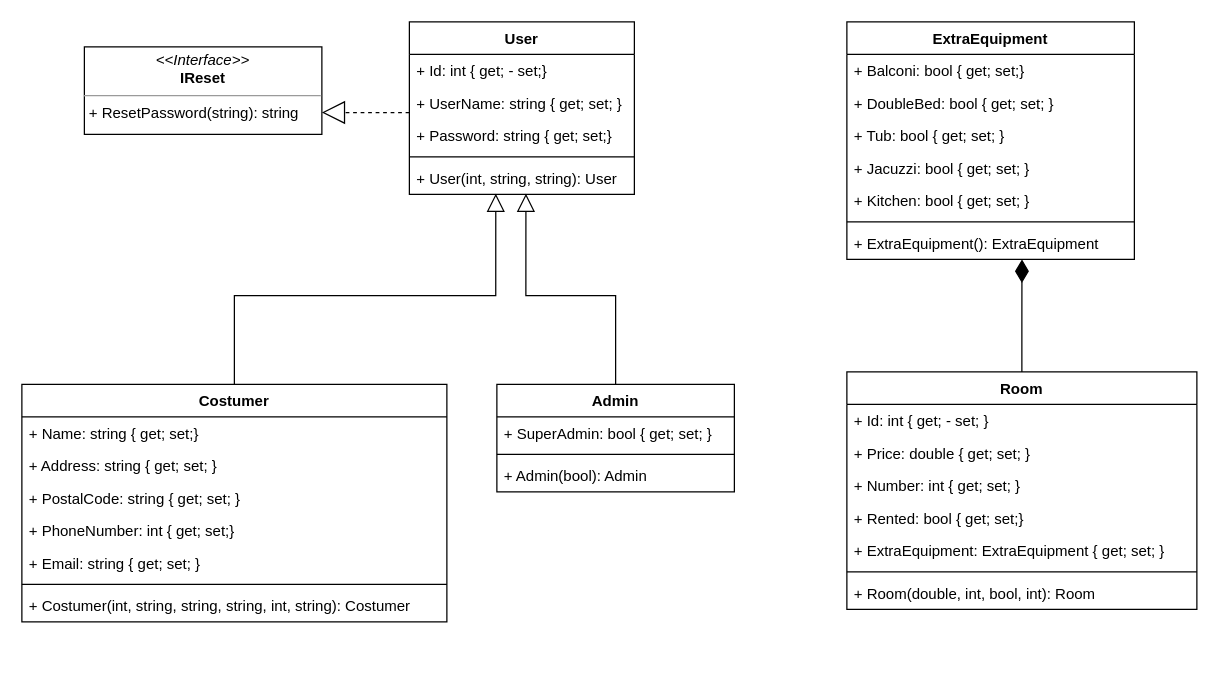
Earlier version of the draw.io diagram Hotel_LandLyst/HotelWeb.drawio (Mojiez/H2Opgaver). Source tidied: cells renumbered, new cells numbered last; positions are measured from the earlier drawing's top-left corner, leaving out a move shared by most shapes. Both pictures are drawn from the tidied source at 125%, with x=0, y=0 at pixel (21, 21).
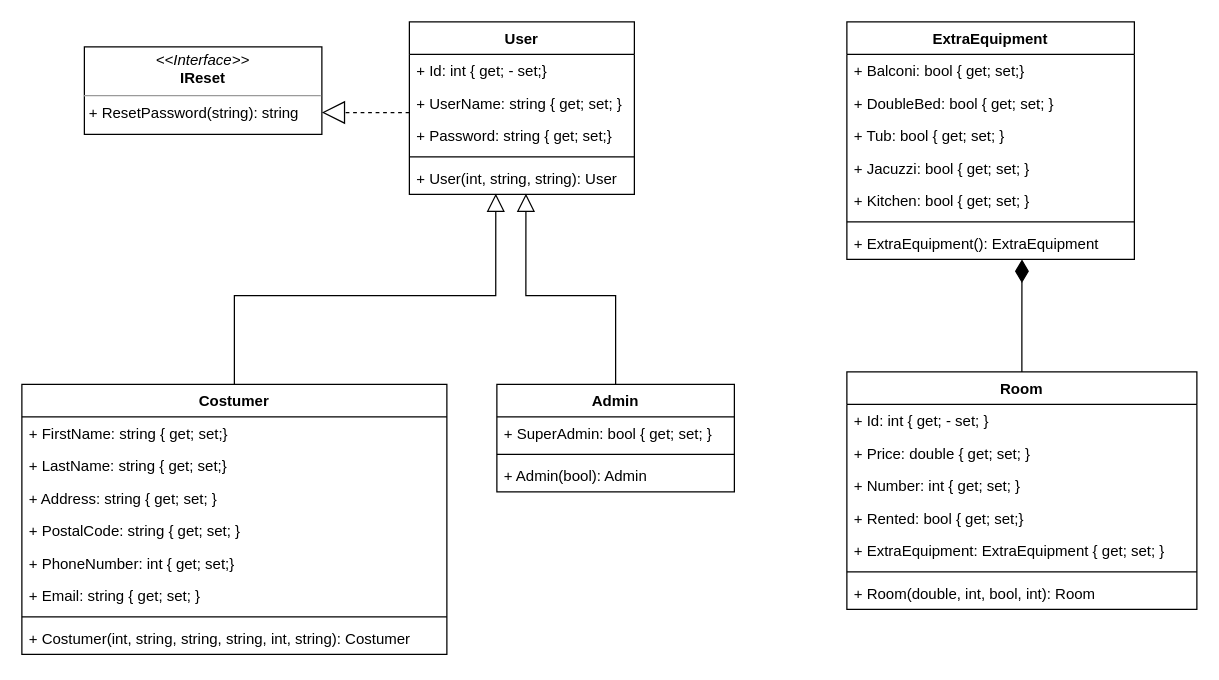
The same page after the edit.

Diff of the diagram source:
```diff
@@
     <mxCell id="3" value="Costumer" style="swimlane;fontStyle=1;align=center;verticalAlign=top;horizontal=1;startSize=26;" parent="1" vertex="1">
-      <mxGeometry y="290" width="340" height="190" as="geometry" />
+      <mxGeometry y="290" width="340" height="216" as="geometry" />
     </mxCell>
-    <mxCell id="4" value="+ Name: string { get; set;}" style="text;strokeColor=none;fillColor=none;align=left;verticalAlign=top;spacingLeft=4;spacingRight=4;overflow=hidden;" parent="3" vertex="1">
+    <mxCell id="4" value="+ FirstName: string { get; set;}" style="text;strokeColor=none;fillColor=none;align=left;verticalAlign=top;spacingLeft=4;spacingRight=4;overflow=hidden;" parent="3" vertex="1">
       <mxGeometry y="26" width="340" height="26" as="geometry" />
     </mxCell>
+    <mxCell id="41" value="+ LastName: string { get; set;}" style="text;strokeColor=none;fillColor=none;align=left;verticalAlign=top;spacingLeft=4;spacingRight=4;overflow=hidden;" parent="3" vertex="1">
+      <mxGeometry y="52" width="340" height="26" as="geometry" />
+    </mxCell>
     <mxCell id="5" value="+ Address: string { get; set; }" style="text;strokeColor=none;fillColor=none;align=left;verticalAlign=top;spacingLeft=4;spacingRight=4;overflow=hidden;" parent="3" vertex="1">
-      <mxGeometry y="52" width="340" height="26" as="geometry" />
+      <mxGeometry y="78" width="340" height="26" as="geometry" />
     </mxCell>
     <mxCell id="6" value="+ PostalCode: string { get; set; }" style="text;strokeColor=none;fillColor=none;align=left;verticalAlign=top;spacingLeft=4;spacingRight=4;overflow=hidden;" parent="3" vertex="1">
-      <mxGeometry y="78" width="340" height="26" as="geometry" />
+      <mxGeometry y="104" width="340" height="26" as="geometry" />
     </mxCell>
     <mxCell id="7" value="+ PhoneNumber: int { get; set;}" style="text;strokeColor=none;fillColor=none;align=left;verticalAlign=top;spacingLeft=4;spacingRight=4;overflow=hidden;" parent="3" vertex="1">
-      <mxGeometry y="104" width="340" height="26" as="geometry" />
+      <mxGeometry y="130" width="340" height="26" as="geometry" />
     </mxCell>
     <mxCell id="8" value="+ Email: string { get; set; }" style="text;strokeColor=none;fillColor=none;align=left;verticalAlign=top;spacingLeft=4;spacingRight=4;overflow=hidden;" parent="3" vertex="1">
-      <mxGeometry y="130" width="340" height="26" as="geometry" />
+      <mxGeometry y="156" width="340" height="26" as="geometry" />
     </mxCell>
     <mxCell id="9" style="line;strokeWidth=1;fillColor=none;align=left;verticalAlign=middle;spacingTop=-1;spacingLeft=3;spacingRight=3;labelPosition=right;" parent="3" vertex="1">
-      <mxGeometry y="156" width="340" height="8" as="geometry" />
+      <mxGeometry y="182" width="340" height="8" as="geometry" />
     </mxCell>
     <mxCell id="10" value="+ Costumer(int, string, string, string, int, string): Costumer" style="text;strokeColor=none;fillColor=none;align=left;verticalAlign=top;spacingLeft=4;spacingRight=4;overflow=hidden;" parent="3" vertex="1">
-      <mxGeometry y="164" width="340" height="26" as="geometry" />
+      <mxGeometry y="190" width="340" height="26" as="geometry" />
     </mxCell>
```
